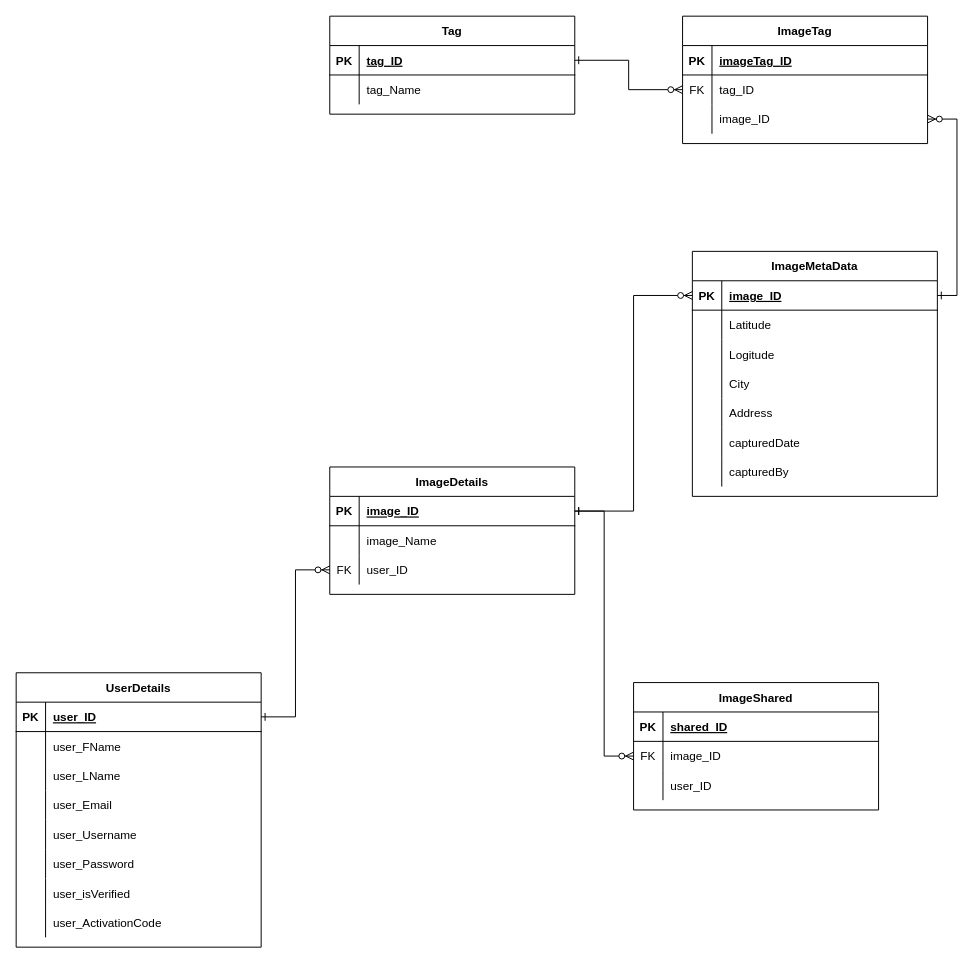
Earlier version of the draw.io diagram Document/shareYourView.drawio (StrawberryBomber/ShareYourView). Source tidied: cells renumbered, new cells numbered last; positions are measured from the earlier drawing's top-left corner, leaving out a move shared by most shapes. Both pictures are drawn from the tidied source at 98%, with x=0, y=0 at pixel (16, 16).
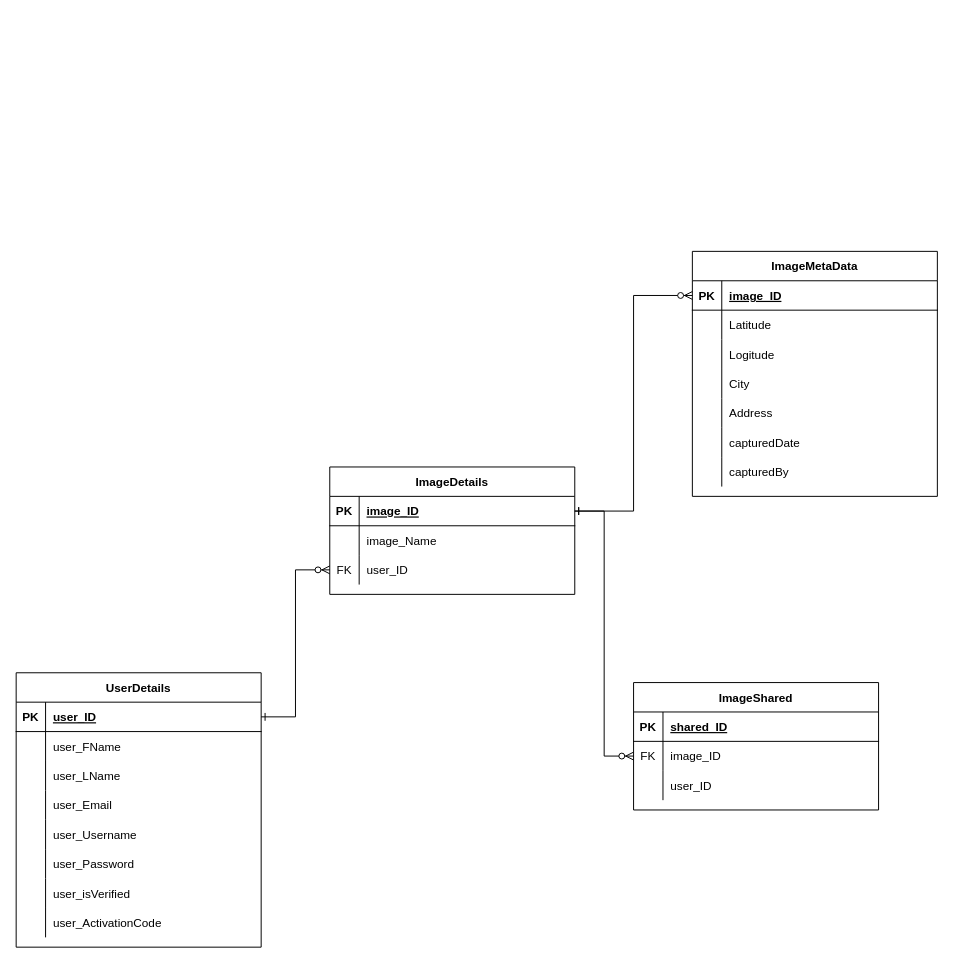
The same page after the edit.

The change refers to these unchanged cells:
```xml
<mxCell id="51" style="shape=partialRectangle;fillColor=none;points=[[0,0.5],[1,0.5]];portConstraint=eastwest;top=0;left=0;right=0;bottom=1;" parent="50" vertex="1">
  <mxGeometry y="30" width="250" height="30" as="geometry" />
</mxCell>
```

The edit, as a diff of the source:
```diff
@@
-    <mxCell id="72" value="Tag" style="shape=table;startSize=30;childLayout=tableLayout;rowLines=0;fontStyle=1;align=center;" parent="1" vertex="1">
-      <mxGeometry x="320" width="250" height="100" as="geometry" />
-    </mxCell>
-    <mxCell id="73" style="shape=partialRectangle;fillColor=none;points=[[0,0.5],[1,0.5]];portConstraint=eastwest;top=0;left=0;right=0;bottom=1;" parent="72" vertex="1">
-      <mxGeometry y="30" width="250" height="30" as="geometry" />
-    </mxCell>
-    <mxCell id="74" value="PK" style="shape=partialRectangle;overflow=hidden;fillColor=none;top=0;left=0;bottom=0;right=0;fontStyle=1;" parent="73" vertex="1">
-      <mxGeometry width="30" height="30" as="geometry" />
-    </mxCell>
-    <mxCell id="75" value="tag_ID" style="shape=partialRectangle;overflow=hidden;fillColor=none;top=0;left=0;bottom=0;right=0;align=left;spacingLeft=6;fontStyle=5;" parent="73" vertex="1">
-      <mxGeometry x="30" width="220" height="30" as="geometry" />
-    </mxCell>
-    <mxCell id="76" style="shape=partialRectangle;fillColor=none;top=0;left=0;right=0;bottom=0;" parent="72" vertex="1">
-      <mxGeometry y="60" width="250" height="30" as="geometry" />
-    </mxCell>
-    <mxCell id="77" style="shape=partialRectangle;overflow=hidden;fillColor=none;top=0;left=0;bottom=0;right=0;" parent="76" vertex="1">
-      <mxGeometry width="30" height="30" as="geometry" />
-    </mxCell>
-    <mxCell id="78" value="tag_Name" style="shape=partialRectangle;overflow=hidden;fillColor=none;top=0;left=0;bottom=0;right=0;align=left;spacingLeft=6;" parent="76" vertex="1">
-      <mxGeometry x="30" width="220" height="30" as="geometry" />
-    </mxCell>
-    <mxCell id="79" style="edgeStyle=orthogonalEdgeStyle;rounded=0;jettySize=auto;html=1;entryX=0;entryY=0.5;entryDx=0;entryDy=0;startArrow=ERone;startFill=0;endArrow=ERzeroToMany;endFill=1;" parent="1" edge="1" source="73" target="85">
-      <mxGeometry relative="1" as="geometry" />
-    </mxCell>
-    <mxCell id="80" style="edgeStyle=orthogonalEdgeStyle;rounded=0;jettySize=auto;html=1;entryX=1;entryY=0.5;entryDx=0;entryDy=0;startArrow=ERone;startFill=0;endArrow=ERzeroToMany;endFill=1;exitX=1;exitY=0.5;exitDx=0;exitDy=0;" parent="1" edge="1" source="51" target="88">
-      <mxGeometry relative="1" as="geometry" />
-    </mxCell>
-    <mxCell id="81" value="ImageTag" style="shape=table;startSize=30;childLayout=tableLayout;rowLines=0;fontStyle=1;align=center;" parent="1" vertex="1">
-      <mxGeometry x="680" width="250" height="130" as="geometry" />
-    </mxCell>
-    <mxCell id="82" style="shape=partialRectangle;fillColor=none;top=0;left=0;right=0;bottom=1;" parent="81" vertex="1">
-      <mxGeometry y="30" width="250" height="30" as="geometry" />
-    </mxCell>
-    <mxCell id="83" value="PK" style="shape=partialRectangle;overflow=hidden;fillColor=none;top=0;left=0;bottom=0;right=0;fontStyle=1;" parent="82" vertex="1">
-      <mxGeometry width="30" height="30" as="geometry" />
-    </mxCell>
-    <mxCell id="84" value="imageTag_ID" style="shape=partialRectangle;overflow=hidden;fillColor=none;top=0;left=0;bottom=0;right=0;align=left;spacingLeft=6;fontStyle=5;" parent="82" vertex="1">
-      <mxGeometry x="30" width="220" height="30" as="geometry" />
-    </mxCell>
-    <mxCell id="85" style="shape=partialRectangle;fillColor=none;points=[[0,0.5],[1,0.5]];portConstraint=eastwest;top=0;left=0;right=0;bottom=0;" parent="81" vertex="1">
-      <mxGeometry y="60" width="250" height="30" as="geometry" />
-    </mxCell>
-    <mxCell id="86" value="FK" style="shape=partialRectangle;overflow=hidden;fillColor=none;top=0;left=0;bottom=0;right=0;" parent="85" vertex="1">
-      <mxGeometry width="30" height="30" as="geometry" />
-    </mxCell>
-    <mxCell id="87" value="tag_ID" style="shape=partialRectangle;overflow=hidden;fillColor=none;top=0;left=0;bottom=0;right=0;align=left;spacingLeft=6;" parent="85" vertex="1">
-      <mxGeometry x="30" width="220" height="30" as="geometry" />
-    </mxCell>
-    <mxCell id="88" style="shape=partialRectangle;fillColor=none;points=[[0,0.5],[1,0.5]];portConstraint=eastwest;top=0;left=0;right=0;bottom=0;" parent="81" vertex="1">
-      <mxGeometry y="90" width="250" height="30" as="geometry" />
-    </mxCell>
-    <mxCell id="89" style="shape=partialRectangle;overflow=hidden;fillColor=none;top=0;left=0;bottom=0;right=0;" parent="88" vertex="1">
-      <mxGeometry width="30" height="30" as="geometry" />
-    </mxCell>
-    <mxCell id="90" value="image_ID" style="shape=partialRectangle;overflow=hidden;fillColor=none;top=0;left=0;bottom=0;right=0;align=left;spacingLeft=6;" parent="88" vertex="1">
-      <mxGeometry x="30" width="220" height="30" as="geometry" />
-    </mxCell>
```
